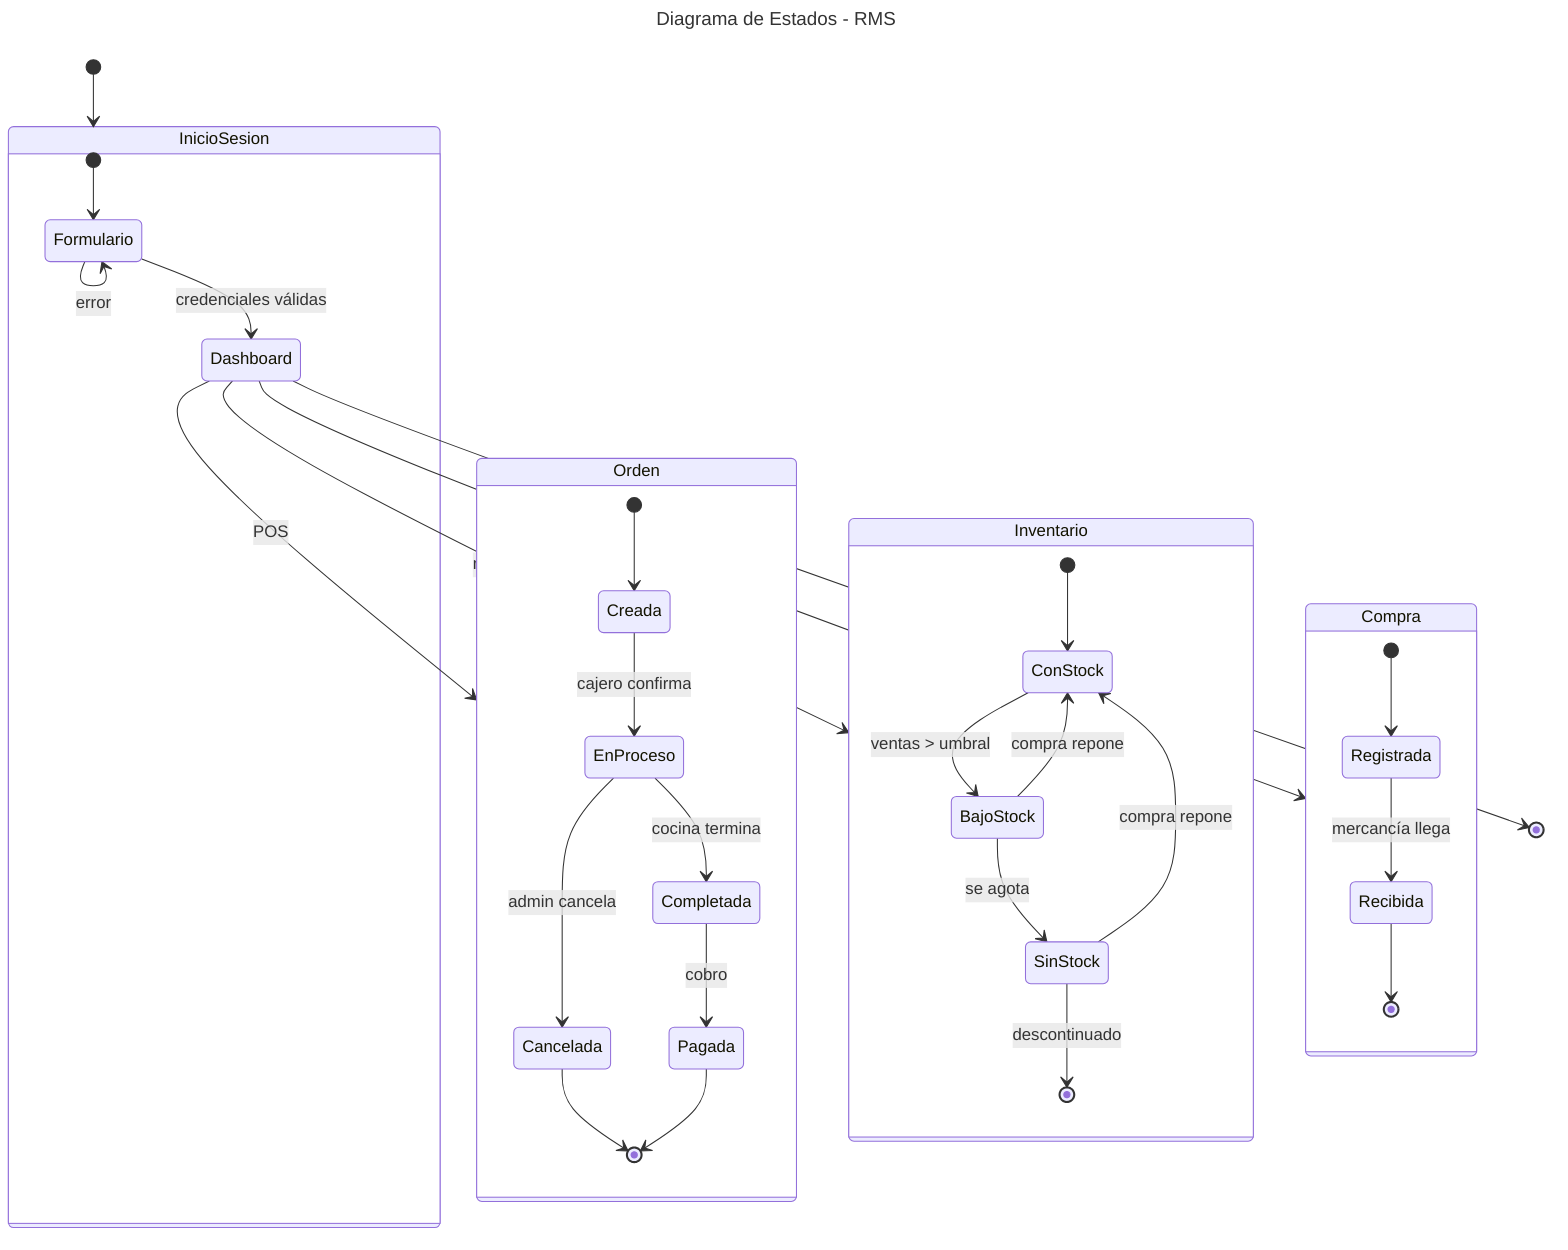
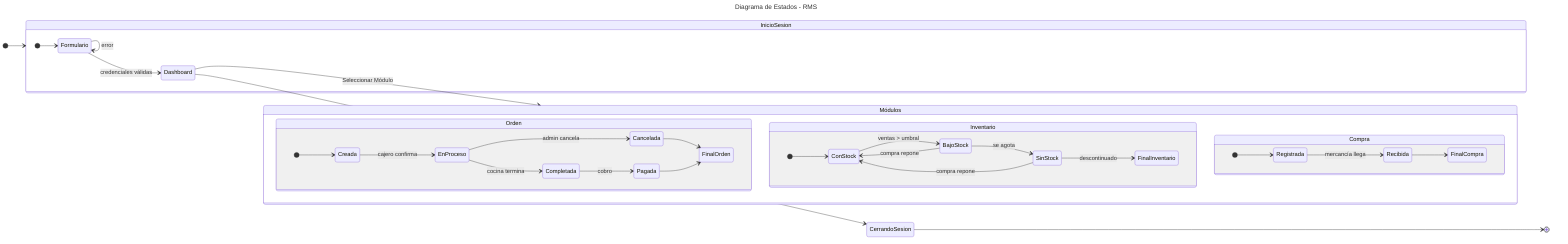
---
title: Diagrama de Estados - RMS
---
stateDiagram-v2
+     direction LR
+ 
    [*] --> InicioSesion

    state InicioSesion {
+         direction LR
        [*] --> Formulario
+         Formulario --> Formulario : error
        Formulario --> Dashboard : credenciales válidas
-         Formulario --> Formulario : error
    }

-     state Orden {
-         [*] --> Creada
-         Creada --> EnProceso : cajero confirma
-         EnProceso --> Completada : cocina termina
-         EnProceso --> Cancelada : admin cancela
-         Completada --> Pagada : cobro
-         Cancelada --> [*]
-         Pagada --> [*]
+     Dashboard --> Módulos : Seleccionar Módulo
+     Dashboard --> CerrandoSesion : Cerrar Sesión
+ 
+     state Módulos {
+         direction TB
+ 
+         state Orden {
+             direction LR
+             [*] --> Creada
+             Creada --> EnProceso : cajero confirma
+             EnProceso --> Completada : cocina termina
+             EnProceso --> Cancelada : admin cancela
+             Completada --> Pagada : cobro
+             Cancelada --> FinalOrden
+             Pagada --> FinalOrden
+             state FinalOrden ##  [*]
+         }
+ 
+         state Inventario {
+             direction LR
+             [*] --> ConStock
+             ConStock --> BajoStock : ventas > umbral
+             BajoStock --> SinStock : se agota
+             BajoStock --> ConStock : compra repone
+             SinStock --> ConStock : compra repone
+             SinStock --> FinalInventario : descontinuado
+             state FinalInventario ##  [*]
+         }
+ 
+         state Compra {
+             direction LR
+             [*] --> Registrada
+             Registrada --> Recibida : mercancía llega
+             Recibida --> FinalCompra
+             state FinalCompra ##  [*]
+         }
    }

-     state Inventario {
-         [*] --> ConStock
-         ConStock --> BajoStock : ventas > umbral
-         BajoStock --> SinStock : se agota
-         BajoStock --> ConStock : compra repone
-         SinStock --> ConStock : compra repone
-         SinStock --> [*] : descontinuado
-     }
- 
-     state Compra {
-         [*] --> Registrada
-         Registrada --> Recibida : mercancía llega
-         Recibida --> [*]
-     }
- 
-     Dashboard --> Orden : POS
-     Dashboard --> Inventario : módulo
-     Dashboard --> Compra : módulo
-     Dashboard --> [*] : cerrar sesión
+     CerrandoSesion --> [*]